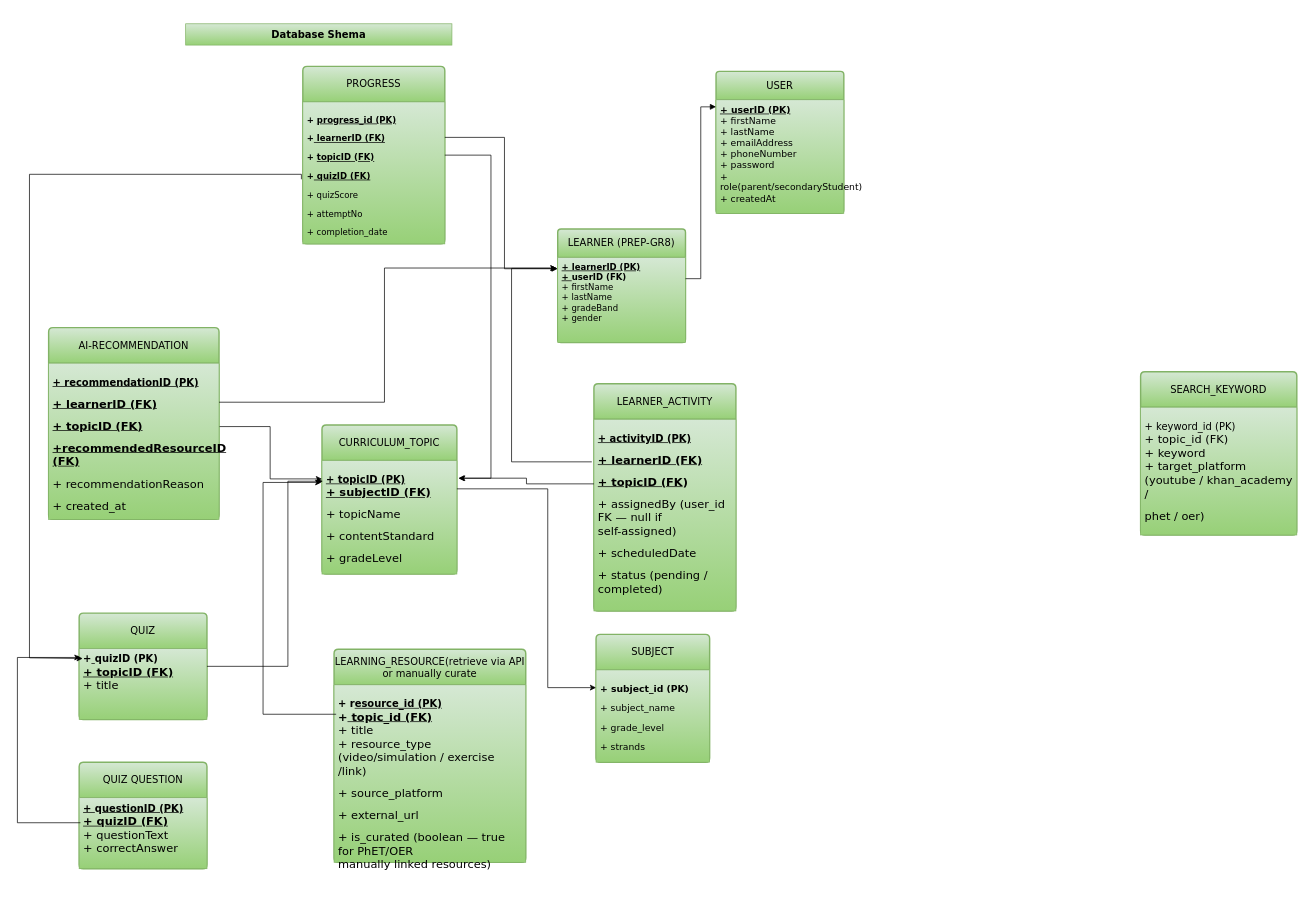
The draw.io diagram page "Database Shema" (6 of 8) of Use Case Diagram.drawio in Nash230/IS406-Final-Year-Major-Project, before the edit. Source tidied: cells renumbered, new cells numbered last; positions are measured from the earlier drawing's top-left corner, leaving out a move shared by most shapes. Both pictures are drawn from the tidied source at 71%, with x=0, y=0 at pixel (17, 23).
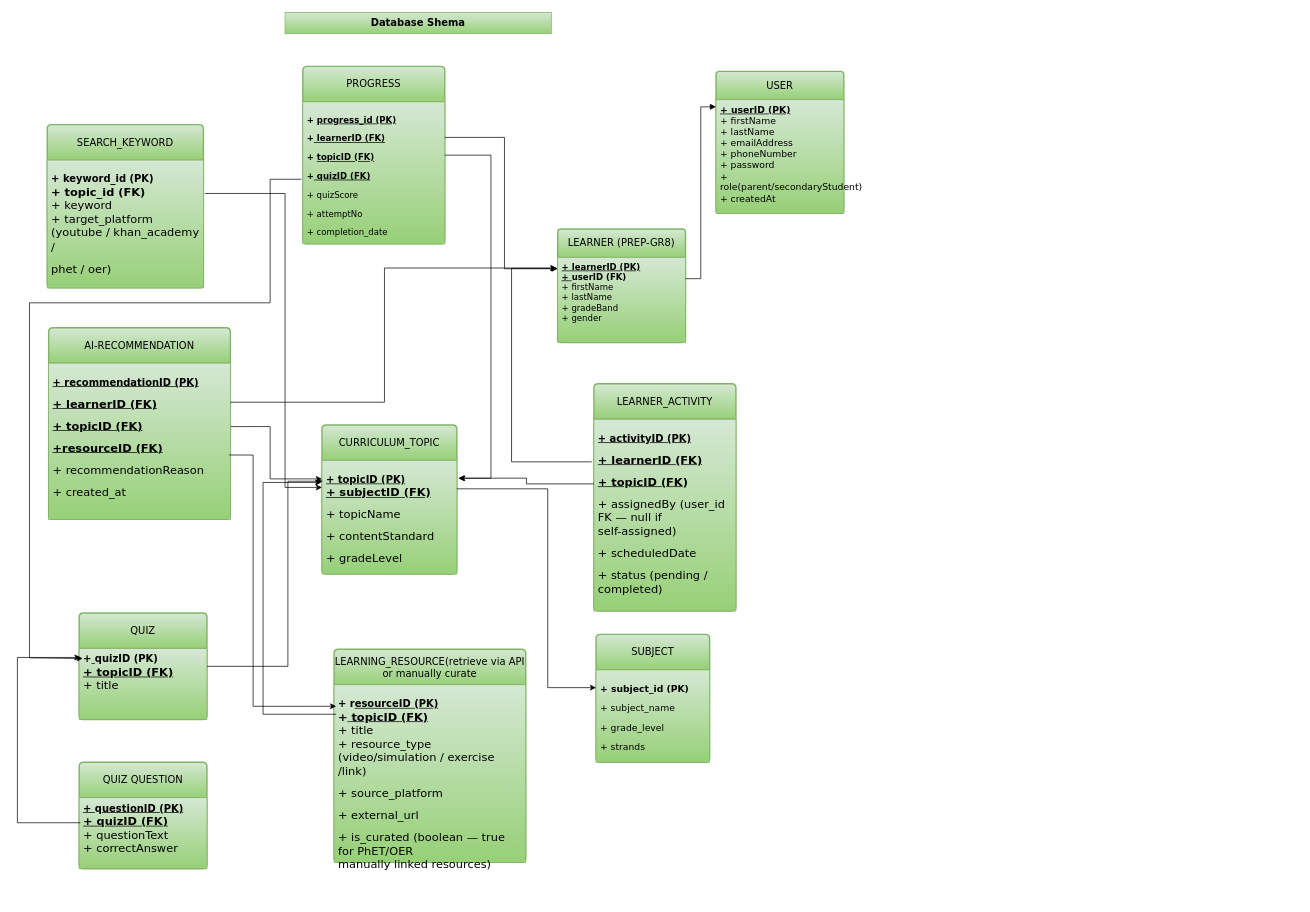
The same diagram, later.

The change refers to these unchanged cells:
```xml
<mxCell id="11" value="LEARNING_RESOURCE(retrieve via API or manually curate" style="swimlane;horizontal=1;startSize=50;rounded=1;fontSize=14;fontStyle=0;strokeWidth=2;shadow=0;dashed=0;align=center;arcSize=4;whiteSpace=wrap;html=1;fontFamily=Verdana;fillColor=#d5e8d4;gradientColor=#97d077;strokeColor=#82b366;" parent="1" vertex="1">
  <mxGeometry x="446" y="881" width="270" height="300" as="geometry" />
</mxCell>
```

Change to the diagram source:
```diff
@@
     <mxCell id="9" value="SEARCH_KEYWORD" style="swimlane;horizontal=1;startSize=50;rounded=1;fontSize=14;fontStyle=0;strokeWidth=2;shadow=0;dashed=0;align=center;arcSize=4;whiteSpace=wrap;html=1;fontFamily=Verdana;fillColor=#d5e8d4;gradientColor=#97d077;strokeColor=#82b366;" parent="1" vertex="1">
-      <mxGeometry x="1582" y="490" width="220" height="230" as="geometry" />
+      <mxGeometry x="42" y="142" width="220" height="230" as="geometry" />
     </mxCell>
-    <mxCell id="10" value="&lt;p class=&quot;MsoNormal&quot; style=&quot;margin-bottom:0in;margin-bottom:.0001pt;text-align:&amp;lt;br/&amp;gt;justify;text-justify:inter-ideograph&quot;&gt;&lt;font face=&quot;Verdana&quot; style=&quot;font-size: 14px;&quot;&gt;&lt;span lang=&quot;EN-AU&quot; style=&quot;mso-ansi-language:&amp;lt;br/&amp;gt;EN-AU;mso-bidi-font-weight:bold&quot;&gt;+ keyword_id (PK)&lt;/span&gt;&lt;/font&gt;&lt;/p&gt;&lt;div&gt;&lt;font face=&quot;Verdana&quot; size=&quot;3&quot;&gt;&lt;span lang=&quot;EN-AU&quot; style=&quot;mso-ansi-language:&amp;lt;br/&amp;gt;EN-AU;mso-bidi-font-weight:bold&quot;&gt;+ topic_id (FK)&lt;/span&gt;&lt;/font&gt;&lt;/div&gt;&lt;div&gt;&lt;font face=&quot;Verdana&quot; size=&quot;3&quot;&gt;&lt;span lang=&quot;EN-AU&quot; style=&quot;mso-ansi-language:&amp;lt;br/&amp;gt;EN-AU;mso-bidi-font-weight:bold&quot;&gt;+ keyword&lt;/span&gt;&lt;/font&gt;&lt;/div&gt;&lt;div&gt;&lt;font face=&quot;Verdana&quot; size=&quot;3&quot;&gt;&lt;span lang=&quot;EN-AU&quot; style=&quot;mso-ansi-language:&amp;lt;br/&amp;gt;EN-AU;mso-bidi-font-weight:bold&quot;&gt;+ target_platform (youtube / khan_academy /&lt;/span&gt;&lt;/font&gt;&lt;/div&gt;&lt;p class=&quot;MsoNormal&quot; style=&quot;margin-bottom:0in;margin-bottom:.0001pt;text-align:&amp;lt;br/&amp;gt;justify;text-justify:inter-ideograph&quot;&gt;&lt;font face=&quot;Verdana&quot; size=&quot;3&quot;&gt;&lt;span lang=&quot;EN-AU&quot; style=&quot;mso-ansi-language:&amp;lt;br/&amp;gt;EN-AU;mso-bidi-font-weight:bold&quot;&gt;phet / oer)&lt;/span&gt;&lt;/font&gt;&lt;/p&gt;&lt;font face=&quot;Verdana&quot; size=&quot;3&quot;&gt;&lt;br&gt;&lt;/font&gt;&lt;div&gt;&lt;font face=&quot;Verdana&quot; size=&quot;3&quot;&gt;&lt;br&gt;&lt;/font&gt;&lt;/div&gt;" style="align=left;strokeColor=#82b366;fillColor=#d5e8d4;spacingLeft=4;spacingRight=4;fontSize=12;verticalAlign=top;html=1;whiteSpace=wrap;gradientColor=#97d077;" parent="9" vertex="1">
+    <mxCell id="10" value="&lt;p class=&quot;MsoNormal&quot; style=&quot;margin-bottom:0in;margin-bottom:.0001pt;text-align:&amp;lt;br/&amp;gt;justify;text-justify:inter-ideograph&quot;&gt;&lt;b&gt;&lt;font face=&quot;Verdana&quot; style=&quot;font-size: 14px;&quot;&gt;&lt;span lang=&quot;EN-AU&quot; style=&quot;mso-ansi-language:&amp;lt;br/&amp;gt;EN-AU;mso-bidi-font-weight:bold&quot;&gt;+ keyword_id (PK)&lt;/span&gt;&lt;/font&gt;&lt;/b&gt;&lt;/p&gt;&lt;div&gt;&lt;b&gt;&lt;font face=&quot;Verdana&quot; size=&quot;3&quot;&gt;&lt;span lang=&quot;EN-AU&quot; style=&quot;mso-ansi-language:&amp;lt;br/&amp;gt;EN-AU;mso-bidi-font-weight:bold&quot;&gt;+ topic_id (FK)&lt;/span&gt;&lt;/font&gt;&lt;/b&gt;&lt;/div&gt;&lt;div&gt;&lt;font face=&quot;Verdana&quot; size=&quot;3&quot;&gt;&lt;span lang=&quot;EN-AU&quot; style=&quot;mso-ansi-language:&amp;lt;br/&amp;gt;EN-AU;mso-bidi-font-weight:bold&quot;&gt;+ keyword&lt;/span&gt;&lt;/font&gt;&lt;/div&gt;&lt;div&gt;&lt;font face=&quot;Verdana&quot; size=&quot;3&quot;&gt;&lt;span lang=&quot;EN-AU&quot; style=&quot;mso-ansi-language:&amp;lt;br/&amp;gt;EN-AU;mso-bidi-font-weight:bold&quot;&gt;+ target_platform (youtube / khan_academy /&lt;/span&gt;&lt;/font&gt;&lt;/div&gt;&lt;p class=&quot;MsoNormal&quot; style=&quot;margin-bottom:0in;margin-bottom:.0001pt;text-align:&amp;lt;br/&amp;gt;justify;text-justify:inter-ideograph&quot;&gt;&lt;font face=&quot;Verdana&quot; size=&quot;3&quot;&gt;&lt;span lang=&quot;EN-AU&quot; style=&quot;mso-ansi-language:&amp;lt;br/&amp;gt;EN-AU;mso-bidi-font-weight:bold&quot;&gt;phet / oer)&lt;/span&gt;&lt;/font&gt;&lt;/p&gt;&lt;font face=&quot;Verdana&quot; size=&quot;3&quot;&gt;&lt;br&gt;&lt;/font&gt;&lt;div&gt;&lt;font face=&quot;Verdana&quot; size=&quot;3&quot;&gt;&lt;br&gt;&lt;/font&gt;&lt;/div&gt;" style="align=left;strokeColor=#82b366;fillColor=#d5e8d4;spacingLeft=4;spacingRight=4;fontSize=12;verticalAlign=top;html=1;whiteSpace=wrap;gradientColor=#97d077;" parent="9" vertex="1">
       <mxGeometry y="50" width="220" height="180" as="geometry" />
     </mxCell>
@@
-    <mxCell id="12" value="&lt;p class=&quot;MsoNormal&quot; style=&quot;margin-bottom:0in;margin-bottom:.0001pt;text-align:&amp;lt;br/&amp;gt;justify;text-justify:inter-ideograph&quot;&gt;&lt;b&gt;&lt;font face=&quot;Verdana&quot; style=&quot;font-size: 14px;&quot;&gt;&lt;span lang=&quot;EN-AU&quot; style=&quot;mso-ansi-language:&amp;lt;br/&amp;gt;EN-AU;mso-bidi-font-weight:bold&quot;&gt;+ r&lt;u&gt;esource_id (PK)&lt;/u&gt;&lt;/span&gt;&lt;/font&gt;&lt;/b&gt;&lt;/p&gt;&lt;div&gt;&lt;b&gt;&lt;font face=&quot;Verdana&quot; size=&quot;3&quot;&gt;&lt;span lang=&quot;EN-AU&quot; style=&quot;mso-ansi-language:&amp;lt;br/&amp;gt;EN-AU;mso-bidi-font-weight:bold&quot;&gt;+&lt;u&gt; topic_id (FK)&lt;/u&gt;&lt;/span&gt;&lt;/font&gt;&lt;/b&gt;&lt;/div&gt;&lt;div&gt;&lt;font face=&quot;Verdana&quot; size=&quot;3&quot;&gt;&lt;span lang=&quot;EN-AU&quot; style=&quot;mso-ansi-language:&amp;lt;br/&amp;gt;EN-AU;mso-bidi-font-weight:bold&quot;&gt;+ title&lt;/span&gt;&lt;/font&gt;&lt;/div&gt;&lt;div&gt;&lt;font face=&quot;Verdana&quot; size=&quot;3&quot;&gt;&lt;span lang=&quot;EN-AU&quot; style=&quot;mso-ansi-language:&amp;lt;br/&amp;gt;EN-AU;mso-bidi-font-weight:bold&quot;&gt;+ resource_type (video/simulation / exercise /&lt;/span&gt;&lt;/font&gt;&lt;font face=&quot;Verdana&quot; size=&quot;3&quot;&gt;&lt;span lang=&quot;EN-AU&quot; style=&quot;mso-ansi-language:&amp;lt;br/&amp;gt;EN-AU;mso-bidi-font-weight:bold&quot;&gt;link)&lt;/span&gt;&lt;/font&gt;&lt;/div&gt;&lt;p class=&quot;MsoNormal&quot; style=&quot;margin-bottom:0in;margin-bottom:.0001pt;text-align:&amp;lt;br/&amp;gt;justify;text-justify:inter-ideograph&quot;&gt;&lt;font face=&quot;Verdana&quot; size=&quot;3&quot;&gt;&lt;span lang=&quot;EN-AU&quot; style=&quot;mso-ansi-language:&amp;lt;br/&amp;gt;EN-AU;mso-bidi-font-weight:bold&quot;&gt;+ source_platform&lt;/span&gt;&lt;/font&gt;&lt;/p&gt;&lt;p class=&quot;MsoNormal&quot; style=&quot;margin-bottom:0in;margin-bottom:.0001pt;text-align:&amp;lt;br/&amp;gt;justify;text-justify:inter-ideograph&quot;&gt;&lt;font face=&quot;Verdana&quot; size=&quot;3&quot;&gt;&lt;span lang=&quot;EN-AU&quot; style=&quot;mso-ansi-language:&amp;lt;br/&amp;gt;EN-AU;mso-bidi-font-weight:bold&quot;&gt;+ external_url&lt;/span&gt;&lt;/font&gt;&lt;/p&gt;&lt;p class=&quot;MsoNormal&quot; style=&quot;margin-bottom:0in;margin-bottom:.0001pt;text-align:&amp;lt;br/&amp;gt;justify;text-justify:inter-ideograph&quot;&gt;&lt;font face=&quot;Verdana&quot; size=&quot;3&quot;&gt;&lt;span lang=&quot;EN-AU&quot; style=&quot;mso-ansi-language:&amp;lt;br/&amp;gt;EN-AU;mso-bidi-font-weight:bold&quot;&gt;+ is_curated (boolean — true for PhET/OER&lt;br&gt;manually linked resources)&lt;/span&gt;&lt;/font&gt;&lt;/p&gt;&lt;font face=&quot;Verdana&quot; size=&quot;3&quot;&gt;&lt;br&gt;&lt;/font&gt;&lt;div&gt;&lt;font face=&quot;Verdana&quot; size=&quot;3&quot;&gt;&lt;br&gt;&lt;/font&gt;&lt;/div&gt;" style="align=left;strokeColor=#82b366;fillColor=#d5e8d4;spacingLeft=4;spacingRight=4;fontSize=12;verticalAlign=top;html=1;whiteSpace=wrap;gradientColor=#97d077;" parent="11" vertex="1">
+    <mxCell id="12" value="&lt;p class=&quot;MsoNormal&quot; style=&quot;margin-bottom:0in;margin-bottom:.0001pt;text-align:&amp;lt;br/&amp;gt;justify;text-justify:inter-ideograph&quot;&gt;&lt;b&gt;&lt;font face=&quot;Verdana&quot; style=&quot;font-size: 14px;&quot;&gt;&lt;span lang=&quot;EN-AU&quot; style=&quot;mso-ansi-language:&amp;lt;br/&amp;gt;EN-AU;mso-bidi-font-weight:bold&quot;&gt;+ r&lt;u&gt;esourceID (PK)&lt;/u&gt;&lt;/span&gt;&lt;/font&gt;&lt;/b&gt;&lt;/p&gt;&lt;div&gt;&lt;b&gt;&lt;font face=&quot;Verdana&quot; size=&quot;3&quot;&gt;&lt;span lang=&quot;EN-AU&quot; style=&quot;mso-ansi-language:&amp;lt;br/&amp;gt;EN-AU;mso-bidi-font-weight:bold&quot;&gt;+&lt;u&gt; topicID (FK)&lt;/u&gt;&lt;/span&gt;&lt;/font&gt;&lt;/b&gt;&lt;/div&gt;&lt;div&gt;&lt;font face=&quot;Verdana&quot; size=&quot;3&quot;&gt;&lt;span lang=&quot;EN-AU&quot; style=&quot;mso-ansi-language:&amp;lt;br/&amp;gt;EN-AU;mso-bidi-font-weight:bold&quot;&gt;+ title&lt;/span&gt;&lt;/font&gt;&lt;/div&gt;&lt;div&gt;&lt;font face=&quot;Verdana&quot; size=&quot;3&quot;&gt;&lt;span lang=&quot;EN-AU&quot; style=&quot;mso-ansi-language:&amp;lt;br/&amp;gt;EN-AU;mso-bidi-font-weight:bold&quot;&gt;+ resource_type (video/simulation / exercise /&lt;/span&gt;&lt;/font&gt;&lt;font face=&quot;Verdana&quot; size=&quot;3&quot;&gt;&lt;span lang=&quot;EN-AU&quot; style=&quot;mso-ansi-language:&amp;lt;br/&amp;gt;EN-AU;mso-bidi-font-weight:bold&quot;&gt;link)&lt;/span&gt;&lt;/font&gt;&lt;/div&gt;&lt;p class=&quot;MsoNormal&quot; style=&quot;margin-bottom:0in;margin-bottom:.0001pt;text-align:&amp;lt;br/&amp;gt;justify;text-justify:inter-ideograph&quot;&gt;&lt;font face=&quot;Verdana&quot; size=&quot;3&quot;&gt;&lt;span lang=&quot;EN-AU&quot; style=&quot;mso-ansi-language:&amp;lt;br/&amp;gt;EN-AU;mso-bidi-font-weight:bold&quot;&gt;+ source_platform&lt;/span&gt;&lt;/font&gt;&lt;/p&gt;&lt;p class=&quot;MsoNormal&quot; style=&quot;margin-bottom:0in;margin-bottom:.0001pt;text-align:&amp;lt;br/&amp;gt;justify;text-justify:inter-ideograph&quot;&gt;&lt;font face=&quot;Verdana&quot; size=&quot;3&quot;&gt;&lt;span lang=&quot;EN-AU&quot; style=&quot;mso-ansi-language:&amp;lt;br/&amp;gt;EN-AU;mso-bidi-font-weight:bold&quot;&gt;+ external_url&lt;/span&gt;&lt;/font&gt;&lt;/p&gt;&lt;p class=&quot;MsoNormal&quot; style=&quot;margin-bottom:0in;margin-bottom:.0001pt;text-align:&amp;lt;br/&amp;gt;justify;text-justify:inter-ideograph&quot;&gt;&lt;font face=&quot;Verdana&quot; size=&quot;3&quot;&gt;&lt;span lang=&quot;EN-AU&quot; style=&quot;mso-ansi-language:&amp;lt;br/&amp;gt;EN-AU;mso-bidi-font-weight:bold&quot;&gt;+ is_curated (boolean — true for PhET/OER&lt;br&gt;manually linked resources)&lt;/span&gt;&lt;/font&gt;&lt;/p&gt;&lt;font face=&quot;Verdana&quot; size=&quot;3&quot;&gt;&lt;br&gt;&lt;/font&gt;&lt;div&gt;&lt;font face=&quot;Verdana&quot; size=&quot;3&quot;&gt;&lt;br&gt;&lt;/font&gt;&lt;/div&gt;" style="align=left;strokeColor=#82b366;fillColor=#d5e8d4;spacingLeft=4;spacingRight=4;fontSize=12;verticalAlign=top;html=1;whiteSpace=wrap;gradientColor=#97d077;" parent="11" vertex="1">
       <mxGeometry y="50" width="270" height="250" as="geometry" />
     </mxCell>
@@
     <mxCell id="17" value="AI-RECOMMENDATION" style="swimlane;horizontal=1;startSize=50;rounded=1;fontSize=14;fontStyle=0;strokeWidth=2;shadow=0;dashed=0;align=center;arcSize=4;whiteSpace=wrap;html=1;fontFamily=Verdana;fillColor=#d5e8d4;gradientColor=#97d077;strokeColor=#82b366;" parent="1" vertex="1">
-      <mxGeometry x="44" y="428" width="240" height="270" as="geometry" />
+      <mxGeometry x="44" y="428" width="256" height="270" as="geometry" />
     </mxCell>
-    <mxCell id="18" value="&lt;p class=&quot;MsoNormal&quot; style=&quot;margin-bottom:0in;margin-bottom:.0001pt;text-align:&amp;lt;br/&amp;gt;justify;text-justify:inter-ideograph&quot;&gt;&lt;b&gt;&lt;u&gt;&lt;font style=&quot;font-size: 14px;&quot; face=&quot;Verdana&quot;&gt;&lt;span lang=&quot;EN-AU&quot; style=&quot;mso-ansi-language:&amp;lt;br/&amp;gt;EN-AU;mso-bidi-font-weight:bold&quot;&gt;+ recommendationID (PK)&lt;/span&gt;&lt;/font&gt;&lt;/u&gt;&lt;/b&gt;&lt;/p&gt;&lt;p class=&quot;MsoNormal&quot; style=&quot;margin-bottom:0in;margin-bottom:.0001pt;text-align:&amp;lt;br/&amp;gt;justify;text-justify:inter-ideograph&quot;&gt;&lt;b&gt;&lt;u&gt;&lt;font size=&quot;3&quot; face=&quot;Verdana&quot;&gt;&lt;span lang=&quot;EN-AU&quot; style=&quot;mso-ansi-language:&amp;lt;br/&amp;gt;EN-AU;mso-bidi-font-weight:bold&quot;&gt;+ learnerID (FK)&lt;/span&gt;&lt;/font&gt;&lt;/u&gt;&lt;/b&gt;&lt;/p&gt;&lt;p class=&quot;MsoNormal&quot; style=&quot;margin-bottom:0in;margin-bottom:.0001pt;text-align:&amp;lt;br/&amp;gt;justify;text-justify:inter-ideograph&quot;&gt;&lt;b&gt;&lt;u&gt;&lt;font size=&quot;3&quot; face=&quot;Verdana&quot;&gt;&lt;span lang=&quot;EN-AU&quot; style=&quot;mso-ansi-language:&amp;lt;br/&amp;gt;EN-AU;mso-bidi-font-weight:bold&quot;&gt;+ topicID (FK)&lt;/span&gt;&lt;/font&gt;&lt;/u&gt;&lt;/b&gt;&lt;/p&gt;&lt;p class=&quot;MsoNormal&quot; style=&quot;margin-bottom:0in;margin-bottom:.0001pt;text-align:&amp;lt;br/&amp;gt;justify;text-justify:inter-ideograph&quot;&gt;&lt;b&gt;&lt;u&gt;&lt;font size=&quot;3&quot; face=&quot;Verdana&quot;&gt;&lt;span lang=&quot;EN-AU&quot; style=&quot;mso-ansi-language:&amp;lt;br/&amp;gt;EN-AU;mso-bidi-font-weight:bold&quot;&gt;+recommendedResourceID (FK)&lt;/span&gt;&lt;/font&gt;&lt;/u&gt;&lt;/b&gt;&lt;/p&gt;&lt;p class=&quot;MsoNormal&quot; style=&quot;margin-bottom:0in;margin-bottom:.0001pt;text-align:&amp;lt;br/&amp;gt;justify;text-justify:inter-ideograph&quot;&gt;&lt;font size=&quot;3&quot; face=&quot;Verdana&quot;&gt;&lt;span lang=&quot;EN-AU&quot; style=&quot;mso-ansi-language:&amp;lt;br/&amp;gt;EN-AU;mso-bidi-font-weight:bold&quot;&gt;+ recommendationReason&lt;/span&gt;&lt;/font&gt;&lt;/p&gt;&lt;p class=&quot;MsoNormal&quot; style=&quot;margin-bottom:0in;margin-bottom:.0001pt;text-align:&amp;lt;br/&amp;gt;justify;text-justify:inter-ideograph&quot;&gt;&lt;font size=&quot;3&quot; face=&quot;Verdana&quot;&gt;&lt;span lang=&quot;EN-AU&quot; style=&quot;mso-ansi-language:&amp;lt;br/&amp;gt;EN-AU;mso-bidi-font-weight:bold&quot;&gt;+ created_at&lt;/span&gt;&lt;/font&gt;&lt;/p&gt;&lt;font size=&quot;3&quot; face=&quot;Verdana&quot;&gt;&lt;br&gt;&lt;/font&gt;&lt;div&gt;&lt;font size=&quot;3&quot; face=&quot;Verdana&quot;&gt;&lt;br&gt;&lt;/font&gt;&lt;/div&gt;" style="align=left;strokeColor=#82b366;fillColor=#d5e8d4;spacingLeft=4;spacingRight=4;fontSize=12;verticalAlign=top;html=1;whiteSpace=wrap;gradientColor=#97d077;" parent="17" vertex="1">
-      <mxGeometry y="50" width="240" height="220" as="geometry" />
+    <mxCell id="18" value="&lt;p class=&quot;MsoNormal&quot; style=&quot;margin-bottom:0in;margin-bottom:.0001pt;text-align:&amp;lt;br/&amp;gt;justify;text-justify:inter-ideograph&quot;&gt;&lt;b&gt;&lt;u&gt;&lt;font style=&quot;font-size: 14px;&quot; face=&quot;Verdana&quot;&gt;&lt;span lang=&quot;EN-AU&quot; style=&quot;mso-ansi-language:&amp;lt;br/&amp;gt;EN-AU;mso-bidi-font-weight:bold&quot;&gt;+ recommendationID (PK)&lt;/span&gt;&lt;/font&gt;&lt;/u&gt;&lt;/b&gt;&lt;/p&gt;&lt;p class=&quot;MsoNormal&quot; style=&quot;margin-bottom:0in;margin-bottom:.0001pt;text-align:&amp;lt;br/&amp;gt;justify;text-justify:inter-ideograph&quot;&gt;&lt;b&gt;&lt;u&gt;&lt;font size=&quot;3&quot; face=&quot;Verdana&quot;&gt;&lt;span lang=&quot;EN-AU&quot; style=&quot;mso-ansi-language:&amp;lt;br/&amp;gt;EN-AU;mso-bidi-font-weight:bold&quot;&gt;+ learnerID (FK)&lt;/span&gt;&lt;/font&gt;&lt;/u&gt;&lt;/b&gt;&lt;/p&gt;&lt;p class=&quot;MsoNormal&quot; style=&quot;margin-bottom:0in;margin-bottom:.0001pt;text-align:&amp;lt;br/&amp;gt;justify;text-justify:inter-ideograph&quot;&gt;&lt;b&gt;&lt;u&gt;&lt;font size=&quot;3&quot; face=&quot;Verdana&quot;&gt;&lt;span lang=&quot;EN-AU&quot; style=&quot;mso-ansi-language:&amp;lt;br/&amp;gt;EN-AU;mso-bidi-font-weight:bold&quot;&gt;+ topicID (FK)&lt;/span&gt;&lt;/font&gt;&lt;/u&gt;&lt;/b&gt;&lt;/p&gt;&lt;p class=&quot;MsoNormal&quot; style=&quot;margin-bottom:0in;margin-bottom:.0001pt;text-align:&amp;lt;br/&amp;gt;justify;text-justify:inter-ideograph&quot;&gt;&lt;b&gt;&lt;u&gt;&lt;font size=&quot;3&quot; face=&quot;Verdana&quot;&gt;&lt;span lang=&quot;EN-AU&quot; style=&quot;mso-ansi-language:&amp;lt;br/&amp;gt;EN-AU;mso-bidi-font-weight:bold&quot;&gt;+resourceID (FK)&lt;/span&gt;&lt;/font&gt;&lt;/u&gt;&lt;/b&gt;&lt;/p&gt;&lt;p class=&quot;MsoNormal&quot; style=&quot;margin-bottom:0in;margin-bottom:.0001pt;text-align:&amp;lt;br/&amp;gt;justify;text-justify:inter-ideograph&quot;&gt;&lt;font size=&quot;3&quot; face=&quot;Verdana&quot;&gt;&lt;span lang=&quot;EN-AU&quot; style=&quot;mso-ansi-language:&amp;lt;br/&amp;gt;EN-AU;mso-bidi-font-weight:bold&quot;&gt;+ recommendationReason&lt;/span&gt;&lt;/font&gt;&lt;/p&gt;&lt;p class=&quot;MsoNormal&quot; style=&quot;margin-bottom:0in;margin-bottom:.0001pt;text-align:&amp;lt;br/&amp;gt;justify;text-justify:inter-ideograph&quot;&gt;&lt;font size=&quot;3&quot; face=&quot;Verdana&quot;&gt;&lt;span lang=&quot;EN-AU&quot; style=&quot;mso-ansi-language:&amp;lt;br/&amp;gt;EN-AU;mso-bidi-font-weight:bold&quot;&gt;+ created_at&lt;/span&gt;&lt;/font&gt;&lt;/p&gt;&lt;font size=&quot;3&quot; face=&quot;Verdana&quot;&gt;&lt;br&gt;&lt;/font&gt;&lt;div&gt;&lt;font size=&quot;3&quot; face=&quot;Verdana&quot;&gt;&lt;br&gt;&lt;/font&gt;&lt;/div&gt;" style="align=left;strokeColor=#82b366;fillColor=#d5e8d4;spacingLeft=4;spacingRight=4;fontSize=12;verticalAlign=top;html=1;whiteSpace=wrap;gradientColor=#97d077;" parent="17" vertex="1">
+      <mxGeometry y="50" width="256" height="220" as="geometry" />
     </mxCell>
@@
     <mxCell id="21" value="&lt;font face=&quot;Verdana&quot;&gt;Database Shema&lt;/font&gt;" style="text;html=1;whiteSpace=wrap;strokeColor=#82b366;fillColor=#d5e8d4;align=center;verticalAlign=middle;rounded=0;fontStyle=1;fontSize=14;gradientColor=#97d077;" parent="1" vertex="1">
-      <mxGeometry x="237" width="375" height="30" as="geometry" />
+      <mxGeometry x="377" y="-16" width="375" height="30" as="geometry" />
     </mxCell>
@@
     <mxCell id="34" style="endArrow=classic;html=1;rounded=0;edgeStyle=orthogonalEdgeStyle;" parent="1" edge="1">
       <mxGeometry relative="1" as="geometry">
         <mxPoint x="400" y="219" as="sourcePoint" />
         <mxPoint x="92" y="894" as="targetPoint" />
         <Array as="points">
-          <mxPoint x="17" y="212" />
+          <mxPoint x="356" y="219" />
+          <mxPoint x="356" y="393" />
+          <mxPoint x="17" y="393" />
           <mxPoint x="17" y="893" />
         </Array>
       </mxGeometry>
     </mxCell>
@@
+    <mxCell id="38" style="endArrow=classic;html=1;rounded=0;exitX=0.993;exitY=0.588;exitDx=0;exitDy=0;exitPerimeter=0;entryX=0.011;entryY=0.121;entryDx=0;entryDy=0;entryPerimeter=0;edgeStyle=orthogonalEdgeStyle;" parent="1" edge="1" source="18" target="12">
+      <mxGeometry relative="1" as="geometry">
+        <Array as="points">
+          <mxPoint x="332" y="607" />
+          <mxPoint x="332" y="961" />
+        </Array>
+      </mxGeometry>
+    </mxCell>
+    <mxCell id="39" style="endArrow=classic;html=1;rounded=0;entryX=0;entryY=0.25;entryDx=0;entryDy=0;edgeStyle=orthogonalEdgeStyle;" parent="1" edge="1">
+      <mxGeometry relative="1" as="geometry">
+        <mxPoint x="264" y="239" as="sourcePoint" />
+        <mxPoint x="429" y="653" as="targetPoint" />
+        <Array as="points">
+          <mxPoint x="377" y="239" />
+          <mxPoint x="377" y="653" />
+        </Array>
+      </mxGeometry>
+    </mxCell>
```
